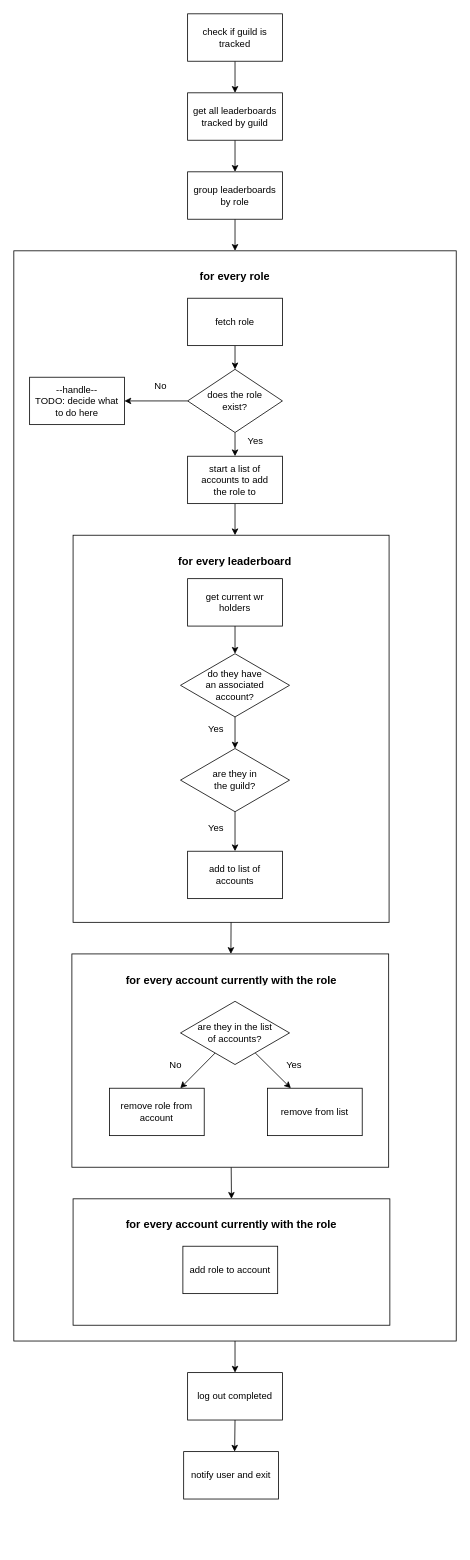
Before: src/discord/commands/update.drawio in mitchell-merry/src-wrs-bot-v2, a draw.io diagram. Source tidied: cells renumbered, new cells numbered last; positions are measured from the earlier drawing's top-left corner, leaving out a move shared by most shapes. Both pictures are drawn from the tidied source at 79%, with x=0, y=0 at pixel (13, 13).
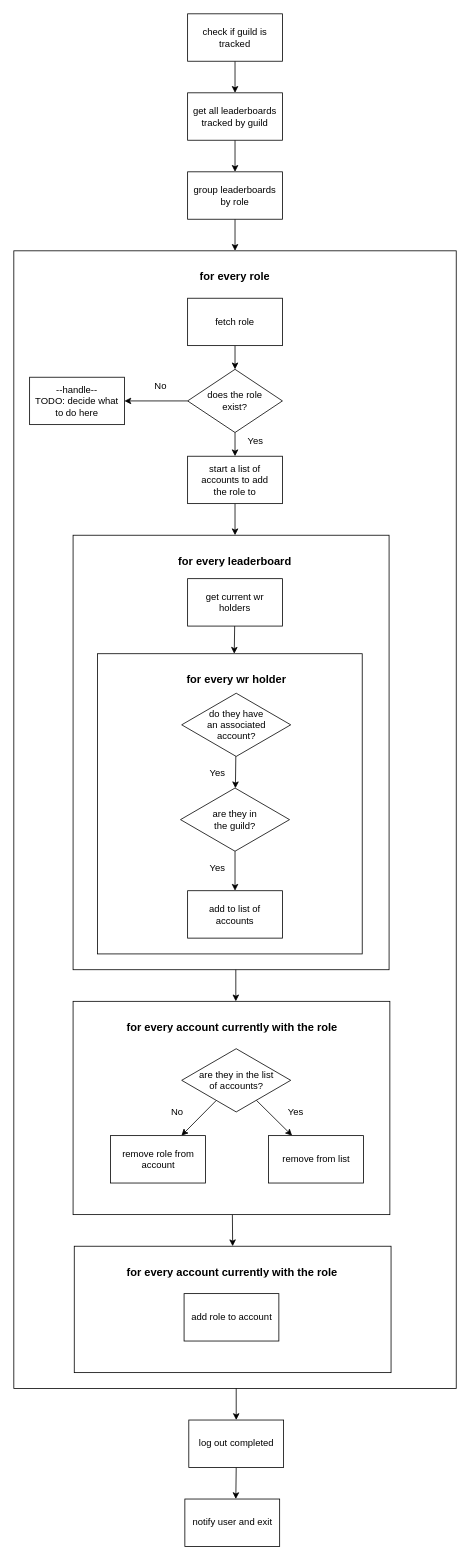
Above is the later version.

Commit message:
Explicitly add foreach wr holder section.

Unchanged cells that the change refers to:
```xml
<mxCell id="8" value="get current wr&lt;br&gt;holders" style="rounded=0;whiteSpace=wrap;html=1;" parent="1" vertex="1">
  <mxGeometry x="220" y="715" width="120" height="60" as="geometry" />
</mxCell>
```

Diff of the diagram source:
```diff
@@
-    <mxCell id="2" style="edgeStyle=none;html=1;fontSize=12;exitX=0.5;exitY=1;exitDx=0;exitDy=0;entryX=0.5;entryY=0;entryDx=0;entryDy=0;" parent="1" edge="1" source="37">
-      <mxGeometry relative="1" as="geometry">
-        <mxPoint x="279.5" y="1820" as="targetPoint" />
-      </mxGeometry>
-    </mxCell>
     <mxCell id="3" style="whiteSpace=wrap;html=1;rounded=0;" parent="1" vertex="1">
-      <mxGeometry y="300" width="560" height="1380" as="geometry" />
+      <mxGeometry y="300" width="560" height="1440" as="geometry" />
     </mxCell>
     <mxCell id="4" style="whiteSpace=wrap;html=1;rounded=0;" parent="1" vertex="1">
-      <mxGeometry x="75" y="660" width="400" height="490" as="geometry" />
+      <mxGeometry x="75" y="660" width="400" height="550" as="geometry" />
     </mxCell>
+    <mxCell id="49" style="whiteSpace=wrap;html=1;rounded=0;" parent="1" vertex="1">
+      <mxGeometry x="106" y="810" width="335" height="380" as="geometry" />
+    </mxCell>
+    <mxCell id="2" style="edgeStyle=none;html=1;fontSize=12;exitX=0.5;exitY=1;exitDx=0;exitDy=0;entryX=0.5;entryY=0;entryDx=0;entryDy=0;" parent="1" edge="1" source="37">
+      <mxGeometry relative="1" as="geometry">
+        <mxPoint x="281" y="1880" as="targetPoint" />
+      </mxGeometry>
+    </mxCell>
@@
-    <mxCell id="7" style="edgeStyle=none;html=1;fontSize=14;" parent="1" edge="1" source="8" target="11">
-      <mxGeometry relative="1" as="geometry" />
+    <mxCell id="7" style="edgeStyle=none;html=1;fontSize=14;" parent="1" edge="1" source="8">
+      <mxGeometry relative="1" as="geometry">
+        <mxPoint x="279" y="810" as="targetPoint" />
+      </mxGeometry>
     </mxCell>
@@
     <mxCell id="11" value="do they have&lt;br&gt;an associated&lt;br&gt;account?" style="rhombus;whiteSpace=wrap;html=1;rounded=0;" parent="1" vertex="1">
-      <mxGeometry x="211" y="810" width="138" height="80" as="geometry" />
+      <mxGeometry x="212.5" y="860" width="138" height="80" as="geometry" />
     </mxCell>
@@
     <mxCell id="16" value="are they in&lt;br&gt;the guild?" style="rhombus;whiteSpace=wrap;html=1;rounded=0;" parent="1" vertex="1">
-      <mxGeometry x="211" y="930" width="138" height="80" as="geometry" />
+      <mxGeometry x="211" y="980" width="138" height="80" as="geometry" />
     </mxCell>
-    <mxCell id="17" style="edgeStyle=none;html=1;fontSize=14;exitX=0.5;exitY=1;exitDx=0;exitDy=0;" parent="1" edge="1" source="4" target="22">
-      <mxGeometry relative="1" as="geometry" />
+    <mxCell id="17" style="edgeStyle=none;html=1;fontSize=14;" parent="1" edge="1">
+      <mxGeometry relative="1" as="geometry">
+        <mxPoint x="281" y="1210" as="sourcePoint" />
+        <mxPoint x="281" y="1250" as="targetPoint" />
+      </mxGeometry>
     </mxCell>
     <mxCell id="18" value="add to list of&lt;br&gt;accounts" style="whiteSpace=wrap;html=1;rounded=0;" parent="1" vertex="1">
-      <mxGeometry x="220" y="1060" width="120" height="60" as="geometry" />
+      <mxGeometry x="220" y="1110" width="120" height="60" as="geometry" />
     </mxCell>
@@
     <mxCell id="22" style="whiteSpace=wrap;html=1;rounded=0;" parent="1" vertex="1">
-      <mxGeometry x="73.5" y="1190" width="401" height="270" as="geometry" />
+      <mxGeometry x="75" y="1250" width="401" height="270" as="geometry" />
     </mxCell>
     <mxCell id="23" value="&lt;h1&gt;&lt;font style=&quot;font-size: 14px&quot;&gt;for every account currently with the role&lt;/font&gt;&lt;/h1&gt;" style="text;html=1;strokeColor=none;fillColor=none;spacing=5;spacingTop=-20;whiteSpace=wrap;overflow=hidden;rounded=0;align=center;" parent="1" vertex="1">
-      <mxGeometry x="131.5" y="1200" width="287" height="30" as="geometry" />
+      <mxGeometry x="133" y="1260" width="287" height="30" as="geometry" />
     </mxCell>
     <mxCell id="24" value="&lt;font style=&quot;font-size: 12px&quot;&gt;Yes&lt;/font&gt;" style="text;html=1;strokeColor=none;fillColor=none;align=center;verticalAlign=middle;whiteSpace=wrap;rounded=0;fontSize=14;" parent="1" vertex="1">
-      <mxGeometry x="241" y="895" width="30" height="20" as="geometry" />
+      <mxGeometry x="242.5" y="950" width="30" height="20" as="geometry" />
     </mxCell>
     <mxCell id="25" value="&lt;font style=&quot;font-size: 12px&quot;&gt;Yes&lt;/font&gt;" style="text;html=1;strokeColor=none;fillColor=none;align=center;verticalAlign=middle;whiteSpace=wrap;rounded=0;fontSize=14;" parent="1" vertex="1">
-      <mxGeometry x="241" y="1020" width="30" height="20" as="geometry" />
+      <mxGeometry x="242.5" y="1070" width="30" height="20" as="geometry" />
     </mxCell>
@@
     <mxCell id="28" value="are they in the list&lt;br&gt;of accounts?" style="rhombus;whiteSpace=wrap;html=1;rounded=0;" parent="1" vertex="1">
-      <mxGeometry x="211" y="1250" width="138" height="80" as="geometry" />
+      <mxGeometry x="212.5" y="1310" width="138" height="80" as="geometry" />
     </mxCell>
     <mxCell id="29" value="remove from list" style="whiteSpace=wrap;html=1;rounded=0;" parent="1" vertex="1">
-      <mxGeometry x="321" y="1360" width="120" height="60" as="geometry" />
+      <mxGeometry x="322.5" y="1420" width="120" height="60" as="geometry" />
     </mxCell>
     <mxCell id="30" value="remove role from&lt;br&gt;account" style="whiteSpace=wrap;html=1;rounded=0;" parent="1" vertex="1">
-      <mxGeometry x="121" y="1360" width="120" height="60" as="geometry" />
+      <mxGeometry x="122.5" y="1420" width="120" height="60" as="geometry" />
     </mxCell>
     <mxCell id="31" value="&lt;font style=&quot;font-size: 12px&quot;&gt;Yes&lt;/font&gt;" style="text;html=1;strokeColor=none;fillColor=none;align=center;verticalAlign=middle;whiteSpace=wrap;rounded=0;fontSize=14;" parent="1" vertex="1">
-      <mxGeometry x="340" y="1320" width="30" height="20" as="geometry" />
+      <mxGeometry x="341.5" y="1380" width="30" height="20" as="geometry" />
     </mxCell>
     <mxCell id="32" value="&lt;font style=&quot;font-size: 12px&quot;&gt;No&lt;/font&gt;" style="text;html=1;strokeColor=none;fillColor=none;align=center;verticalAlign=middle;whiteSpace=wrap;rounded=0;fontSize=14;" parent="1" vertex="1">
-      <mxGeometry x="190" y="1320" width="30" height="20" as="geometry" />
+      <mxGeometry x="191.5" y="1380" width="30" height="20" as="geometry" />
     </mxCell>
-    <mxCell id="33" style="edgeStyle=none;html=1;fontSize=12;exitX=0.5;exitY=1;exitDx=0;exitDy=0;" parent="1" edge="1" source="3" target="37">
-      <mxGeometry relative="1" as="geometry" />
+    <mxCell id="33" style="edgeStyle=none;html=1;fontSize=12;exitX=0.5;exitY=1;exitDx=0;exitDy=0;" parent="1" edge="1" target="37">
+      <mxGeometry relative="1" as="geometry">
+        <mxPoint x="281.5" y="1740" as="sourcePoint" />
+      </mxGeometry>
     </mxCell>
     <mxCell id="34" style="whiteSpace=wrap;html=1;rounded=0;" parent="1" vertex="1">
-      <mxGeometry x="75" y="1500" width="401" height="160" as="geometry" />
+      <mxGeometry x="76.5" y="1560" width="401" height="160" as="geometry" />
     </mxCell>
     <mxCell id="35" value="&lt;h1&gt;&lt;font style=&quot;font-size: 14px&quot;&gt;for every account currently with the role&lt;/font&gt;&lt;/h1&gt;" style="text;html=1;strokeColor=none;fillColor=none;spacing=5;spacingTop=-20;whiteSpace=wrap;overflow=hidden;rounded=0;align=center;" parent="1" vertex="1">
-      <mxGeometry x="131.5" y="1510" width="287" height="30" as="geometry" />
+      <mxGeometry x="133" y="1570" width="287" height="30" as="geometry" />
     </mxCell>
     <mxCell id="36" value="add role to account" style="whiteSpace=wrap;html=1;rounded=0;" parent="1" vertex="1">
-      <mxGeometry x="214" y="1560" width="120" height="60" as="geometry" />
+      <mxGeometry x="215.5" y="1620" width="120" height="60" as="geometry" />
     </mxCell>
     <mxCell id="37" value="log out completed" style="whiteSpace=wrap;html=1;rounded=0;" parent="1" vertex="1">
-      <mxGeometry x="220" y="1720" width="120" height="60" as="geometry" />
+      <mxGeometry x="221.5" y="1780" width="120" height="60" as="geometry" />
     </mxCell>
     <mxCell id="38" value="notify user and exit" style="whiteSpace=wrap;html=1;rounded=0;" parent="1" vertex="1">
-      <mxGeometry x="215" y="1820" width="120" height="60" as="geometry" />
+      <mxGeometry x="216.5" y="1880" width="120" height="60" as="geometry" />
     </mxCell>
@@
+    <mxCell id="50" value="&lt;h1&gt;&lt;font style=&quot;font-size: 14px&quot;&gt;for every wr holder&lt;/font&gt;&lt;/h1&gt;" style="text;html=1;strokeColor=none;fillColor=none;spacing=5;spacingTop=-20;whiteSpace=wrap;overflow=hidden;rounded=0;align=center;" parent="1" vertex="1">
+      <mxGeometry x="201.5" y="820" width="160" height="30" as="geometry" />
+    </mxCell>
```
